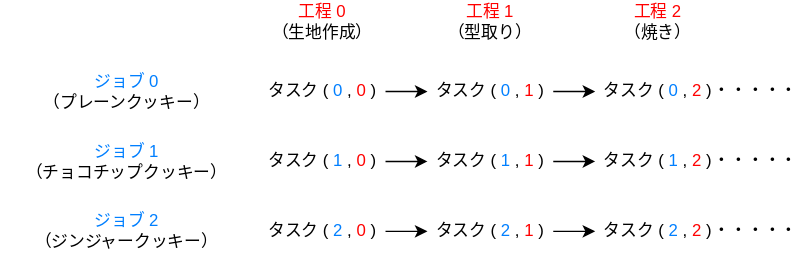
fixstars/amplify-se-examples keeps this draw.io diagram as notebooks/ja/tutorials/figures/job_table.drawio.svg. Above is the earlier version. Source tidied: cells renumbered, new cells last; positions are measured from the earlier drawing's top-left corner, leaving out a move shared by most shapes.
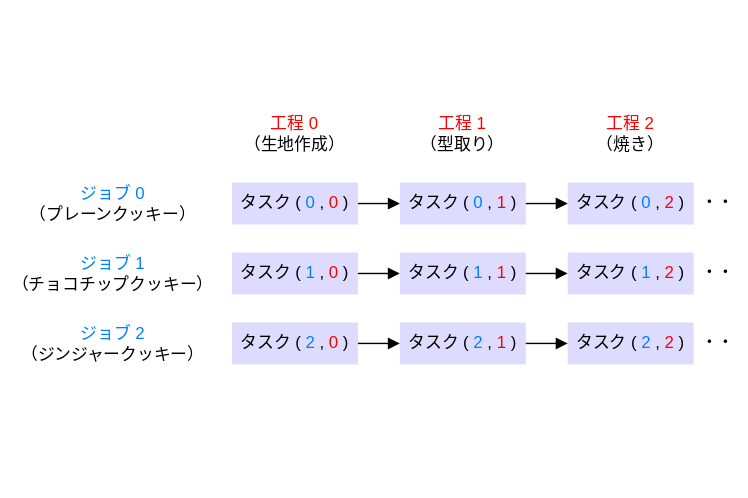
After the change.

What changed in the source:
```diff
@@ -2,6 +2,9 @@
   <root>
     <mxCell id="0" />
     <mxCell id="1" parent="0" />
+    <mxCell id="29" style="whiteSpace=wrap;html=1;strokeColor=none;" parent="1" vertex="1">
+      <mxGeometry x="20" y="-80" width="532.5" height="355" as="geometry" />
+    </mxCell>
     <mxCell id="2" value="&lt;font color=&quot;#ff0000&quot;&gt;工程 0&lt;/font&gt;&lt;br&gt;（生地作成）" style="text;html=1;strokeColor=none;fillColor=none;align=center;verticalAlign=middle;whiteSpace=wrap;rounded=0;" parent="1" vertex="1">
       <mxGeometry x="190" width="80" height="30" as="geometry" />
     </mxCell>
@@ -11,77 +14,68 @@
     <mxCell id="4" value="&lt;font color=&quot;#ff0000&quot;&gt;工程 2&lt;/font&gt;&lt;br&gt;（焼き）" style="text;html=1;strokeColor=none;fillColor=none;align=center;verticalAlign=middle;whiteSpace=wrap;rounded=0;" parent="1" vertex="1">
       <mxGeometry x="430" width="80" height="30" as="geometry" />
     </mxCell>
-    <mxCell id="5" style="group;" parent="1" vertex="1">
-      <mxGeometry y="150" width="515" height="30" as="geometry" />
-    </mxCell>
+    <mxCell id="26" value="・・" style="text;html=1;strokeColor=none;fillColor=none;align=center;verticalAlign=middle;whiteSpace=wrap;rounded=0;fontColor=default;" parent="1" vertex="1">
+      <mxGeometry x="515" y="50" width="35" height="30" as="geometry" />
+    </mxCell>
+    <mxCell id="27" value="・・" style="text;html=1;strokeColor=none;fillColor=none;align=center;verticalAlign=middle;whiteSpace=wrap;rounded=0;fontColor=default;" parent="1" vertex="1">
+      <mxGeometry x="515" y="100" width="35" height="30" as="geometry" />
+    </mxCell>
+    <mxCell id="28" value="・・" style="text;html=1;strokeColor=none;fillColor=none;align=center;verticalAlign=middle;whiteSpace=wrap;rounded=0;fontColor=default;" parent="1" vertex="1">
+      <mxGeometry x="515" y="150" width="35" height="30" as="geometry" />
+    </mxCell>
-    <mxCell id="6" value="&lt;font color=&quot;#007fff&quot;&gt;ジョブ 2&lt;/font&gt;&lt;br&gt;（ジンジャークッキー）" style="text;html=1;strokeColor=none;fillColor=none;align=center;verticalAlign=middle;whiteSpace=wrap;rounded=0;" parent="5" vertex="1">
-      <mxGeometry width="180" height="30" as="geometry" />
+    <mxCell id="6" value="&lt;font color=&quot;#007fff&quot;&gt;ジョブ 2&lt;/font&gt;&lt;br&gt;（ジンジャークッキー）" style="text;html=1;strokeColor=none;fillColor=none;align=center;verticalAlign=middle;whiteSpace=wrap;rounded=0;" parent="1" vertex="1">
+      <mxGeometry x="20" y="150" width="160" height="30" as="geometry" />
     </mxCell>
-    <mxCell id="7" value="タスク&amp;nbsp;(&lt;font color=&quot;#007fff&quot;&gt;2&lt;/font&gt;, &lt;font style=&quot;&quot; color=&quot;#ff0000&quot;&gt;0&lt;/font&gt;)" style="text;html=1;strokeColor=none;fillColor=none;align=center;verticalAlign=middle;whiteSpace=wrap;rounded=0;" parent="5" vertex="1">
-      <mxGeometry x="185" width="90" height="30" as="geometry" />
+    <mxCell id="7" value="タスク&amp;nbsp;(&lt;font color=&quot;#007fff&quot;&gt;2&lt;/font&gt;, &lt;font style=&quot;&quot; color=&quot;#ff0000&quot;&gt;0&lt;/font&gt;)" style="text;html=1;strokeColor=none;fillColor=#DDDCFF;align=center;verticalAlign=middle;whiteSpace=wrap;rounded=0;" parent="1" vertex="1">
+      <mxGeometry x="185" y="150" width="90" height="30" as="geometry" />
     </mxCell>
-    <mxCell id="8" value="タスク&amp;nbsp;(&lt;font style=&quot;&quot; color=&quot;#007fff&quot;&gt;2&lt;/font&gt;, &lt;font style=&quot;&quot; color=&quot;#ff0000&quot;&gt;1&lt;/font&gt;)" style="text;html=1;strokeColor=none;fillColor=none;align=center;verticalAlign=middle;whiteSpace=wrap;rounded=0;" parent="5" vertex="1">
-      <mxGeometry x="305" width="90" height="30" as="geometry" />
+    <mxCell id="8" value="タスク&amp;nbsp;(&lt;font style=&quot;&quot; color=&quot;#007fff&quot;&gt;2&lt;/font&gt;, &lt;font style=&quot;&quot; color=&quot;#ff0000&quot;&gt;1&lt;/font&gt;)" style="text;html=1;strokeColor=none;fillColor=#DDDCFF;align=center;verticalAlign=middle;whiteSpace=wrap;rounded=0;" parent="1" vertex="1">
+      <mxGeometry x="305" y="150" width="90" height="30" as="geometry" />
     </mxCell>
-    <mxCell id="9" style="edgeStyle=none;html=1;exitX=1;exitY=0.5;exitDx=0;exitDy=0;entryX=0;entryY=0.5;entryDx=0;entryDy=0;fontColor=#FF0000;" parent="5" edge="1" source="7" target="8">
+    <mxCell id="9" style="edgeStyle=none;html=1;exitX=1;exitY=0.5;exitDx=0;exitDy=0;entryX=0;entryY=0.5;entryDx=0;entryDy=0;fontColor=#FF0000;endArrow=block;endFill=1;" parent="1" edge="1" source="7" target="8">
       <mxGeometry relative="1" as="geometry" />
     </mxCell>
-    <mxCell id="10" value="タスク&amp;nbsp;(&lt;font color=&quot;#007fff&quot;&gt;2&lt;/font&gt;, &lt;font style=&quot;&quot; color=&quot;#ff0000&quot;&gt;2&lt;/font&gt;)" style="text;html=1;strokeColor=none;fillColor=none;align=center;verticalAlign=middle;whiteSpace=wrap;rounded=0;" parent="5" vertex="1">
-      <mxGeometry x="425" width="90" height="30" as="geometry" />
+    <mxCell id="10" value="タスク&amp;nbsp;(&lt;font color=&quot;#007fff&quot;&gt;2&lt;/font&gt;, &lt;font style=&quot;&quot; color=&quot;#ff0000&quot;&gt;2&lt;/font&gt;)" style="text;html=1;strokeColor=none;fillColor=#DDDCFF;align=center;verticalAlign=middle;whiteSpace=wrap;rounded=0;" parent="1" vertex="1">
+      <mxGeometry x="425" y="150" width="90" height="30" as="geometry" />
     </mxCell>
-    <mxCell id="11" style="edgeStyle=none;html=1;exitX=1;exitY=0.5;exitDx=0;exitDy=0;entryX=0;entryY=0.5;entryDx=0;entryDy=0;fontColor=#FF0000;" parent="5" edge="1" source="8" target="10">
+    <mxCell id="11" style="edgeStyle=none;html=1;exitX=1;exitY=0.5;exitDx=0;exitDy=0;entryX=0;entryY=0.5;entryDx=0;entryDy=0;fontColor=#FF0000;endArrow=block;endFill=1;" parent="1" edge="1" source="8" target="10">
       <mxGeometry relative="1" as="geometry" />
     </mxCell>
-    <mxCell id="12" style="group;" parent="1" vertex="1">
-      <mxGeometry y="50" width="515" height="30" as="geometry" />
-    </mxCell>
+    <mxCell id="20" value="&lt;font color=&quot;#007fff&quot;&gt;ジョブ 1&lt;/font&gt;&lt;br&gt;（チョコチップクッキー）" style="text;html=1;strokeColor=none;fillColor=none;align=center;verticalAlign=middle;whiteSpace=wrap;rounded=0;" parent="1" vertex="1">
+      <mxGeometry x="20" y="100" width="160" height="30" as="geometry" />
+    </mxCell>
+    <mxCell id="21" value="タスク (&lt;font style=&quot;&quot; color=&quot;#007fff&quot;&gt;1&lt;/font&gt;, &lt;font style=&quot;&quot; color=&quot;#ff0000&quot;&gt;0&lt;/font&gt;)" style="text;html=1;strokeColor=none;fillColor=#DDDCFF;align=center;verticalAlign=middle;whiteSpace=wrap;rounded=0;" parent="1" vertex="1">
+      <mxGeometry x="185" y="100" width="90" height="30" as="geometry" />
+    </mxCell>
+    <mxCell id="22" value="タスク&amp;nbsp;(&lt;font style=&quot;&quot; color=&quot;#007fff&quot;&gt;1&lt;/font&gt;, &lt;font style=&quot;&quot; color=&quot;#ff0000&quot;&gt;1&lt;/font&gt;)" style="text;html=1;strokeColor=none;fillColor=#DDDCFF;align=center;verticalAlign=middle;whiteSpace=wrap;rounded=0;" parent="1" vertex="1">
+      <mxGeometry x="305" y="100" width="90" height="30" as="geometry" />
+    </mxCell>
+    <mxCell id="23" style="edgeStyle=none;html=1;exitX=1;exitY=0.5;exitDx=0;exitDy=0;entryX=0;entryY=0.5;entryDx=0;entryDy=0;fontColor=#FF0000;endArrow=block;endFill=1;" parent="1" edge="1" source="21" target="22">
+      <mxGeometry relative="1" as="geometry" />
+    </mxCell>
+    <mxCell id="24" value="タスク&amp;nbsp;(&lt;font style=&quot;&quot; color=&quot;#007fff&quot;&gt;1&lt;/font&gt;, &lt;font style=&quot;&quot; color=&quot;#ff0000&quot;&gt;2&lt;/font&gt;)" style="text;html=1;strokeColor=none;fillColor=#DDDCFF;align=center;verticalAlign=middle;whiteSpace=wrap;rounded=0;" parent="1" vertex="1">
+      <mxGeometry x="425" y="100" width="90" height="30" as="geometry" />
+    </mxCell>
+    <mxCell id="25" style="edgeStyle=none;html=1;exitX=1;exitY=0.5;exitDx=0;exitDy=0;entryX=0;entryY=0.5;entryDx=0;entryDy=0;fontColor=#FF0000;endArrow=block;endFill=1;" parent="1" edge="1" source="22" target="24">
+      <mxGeometry relative="1" as="geometry" />
+    </mxCell>
-    <mxCell id="13" value="&lt;font color=&quot;#007fff&quot;&gt;ジョブ 0&lt;/font&gt;&lt;br&gt;（プレーンクッキー）" style="text;html=1;strokeColor=none;fillColor=none;align=center;verticalAlign=middle;whiteSpace=wrap;rounded=0;" parent="12" vertex="1">
-      <mxGeometry width="180" height="30" as="geometry" />
+    <mxCell id="13" value="&lt;font color=&quot;#007fff&quot;&gt;ジョブ 0&lt;/font&gt;&lt;br&gt;（プレーンクッキー）" style="text;html=1;strokeColor=none;fillColor=none;align=center;verticalAlign=middle;whiteSpace=wrap;rounded=0;" parent="1" vertex="1">
+      <mxGeometry x="20" y="50" width="160" height="30" as="geometry" />
     </mxCell>
-    <mxCell id="14" value="タスク (&lt;font style=&quot;&quot; color=&quot;#007fff&quot;&gt;0&lt;/font&gt;, &lt;font style=&quot;&quot; color=&quot;#ff0000&quot;&gt;0&lt;/font&gt;)" style="text;html=1;strokeColor=none;fillColor=none;align=center;verticalAlign=middle;whiteSpace=wrap;rounded=0;" parent="12" vertex="1">
-      <mxGeometry x="185" width="90" height="30" as="geometry" />
+    <mxCell id="14" value="タスク (&lt;font style=&quot;&quot; color=&quot;#007fff&quot;&gt;0&lt;/font&gt;, &lt;font style=&quot;&quot; color=&quot;#ff0000&quot;&gt;0&lt;/font&gt;)" style="text;html=1;strokeColor=none;fillColor=#DDDCFF;align=center;verticalAlign=middle;whiteSpace=wrap;rounded=0;" parent="1" vertex="1">
+      <mxGeometry x="185" y="50" width="90" height="30" as="geometry" />
     </mxCell>
-    <mxCell id="15" value="タスク&amp;nbsp;(&lt;font style=&quot;&quot; color=&quot;#007fff&quot;&gt;0&lt;/font&gt;, &lt;font style=&quot;&quot; color=&quot;#ff0000&quot;&gt;1&lt;/font&gt;)" style="text;html=1;strokeColor=none;fillColor=none;align=center;verticalAlign=middle;whiteSpace=wrap;rounded=0;" parent="12" vertex="1">
-      <mxGeometry x="305" width="90" height="30" as="geometry" />
+    <mxCell id="15" value="タスク&amp;nbsp;(&lt;font style=&quot;&quot; color=&quot;#007fff&quot;&gt;0&lt;/font&gt;, &lt;font style=&quot;&quot; color=&quot;#ff0000&quot;&gt;1&lt;/font&gt;)" style="text;html=1;strokeColor=none;fillColor=#DDDCFF;align=center;verticalAlign=middle;whiteSpace=wrap;rounded=0;" parent="1" vertex="1">
+      <mxGeometry x="305" y="50" width="90" height="30" as="geometry" />
     </mxCell>
-    <mxCell id="16" style="edgeStyle=none;html=1;exitX=1;exitY=0.5;exitDx=0;exitDy=0;entryX=0;entryY=0.5;entryDx=0;entryDy=0;fontColor=#FF0000;" parent="12" edge="1" source="14" target="15">
+    <mxCell id="16" style="edgeStyle=none;html=1;exitX=1;exitY=0.5;exitDx=0;exitDy=0;entryX=0;entryY=0.5;entryDx=0;entryDy=0;fontColor=#FF0000;endArrow=block;endFill=1;" parent="1" edge="1" source="14" target="15">
       <mxGeometry relative="1" as="geometry" />
     </mxCell>
-    <mxCell id="17" value="タスク&amp;nbsp;(&lt;font style=&quot;&quot; color=&quot;#007fff&quot;&gt;0&lt;/font&gt;, &lt;font style=&quot;&quot; color=&quot;#ff0000&quot;&gt;2&lt;/font&gt;)" style="text;html=1;strokeColor=none;fillColor=none;align=center;verticalAlign=middle;whiteSpace=wrap;rounded=0;" parent="12" vertex="1">
-      <mxGeometry x="425" width="90" height="30" as="geometry" />
+    <mxCell id="17" value="タスク&amp;nbsp;(&lt;font style=&quot;&quot; color=&quot;#007fff&quot;&gt;0&lt;/font&gt;, &lt;font style=&quot;&quot; color=&quot;#ff0000&quot;&gt;2&lt;/font&gt;)" style="text;html=1;strokeColor=none;fillColor=#DDDCFF;align=center;verticalAlign=middle;whiteSpace=wrap;rounded=0;" parent="1" vertex="1">
+      <mxGeometry x="425" y="50" width="90" height="30" as="geometry" />
     </mxCell>
-    <mxCell id="18" style="edgeStyle=none;html=1;exitX=1;exitY=0.5;exitDx=0;exitDy=0;entryX=0;entryY=0.5;entryDx=0;entryDy=0;fontColor=#FF0000;" parent="12" edge="1" source="15" target="17">
+    <mxCell id="18" style="edgeStyle=none;html=1;exitX=1;exitY=0.5;exitDx=0;exitDy=0;entryX=0;entryY=0.5;entryDx=0;entryDy=0;fontColor=#FF0000;endArrow=block;endFill=1;" parent="1" edge="1" source="15" target="17">
       <mxGeometry relative="1" as="geometry" />
     </mxCell>
-    <mxCell id="19" style="group;" parent="1" vertex="1">
-      <mxGeometry y="100" width="515" height="30" as="geometry" />
-    </mxCell>
-    <mxCell id="20" value="&lt;font color=&quot;#007fff&quot;&gt;ジョブ 1&lt;/font&gt;&lt;br&gt;（チョコチップクッキー）" style="text;html=1;strokeColor=none;fillColor=none;align=center;verticalAlign=middle;whiteSpace=wrap;rounded=0;" parent="19" vertex="1">
-      <mxGeometry width="180" height="30" as="geometry" />
-    </mxCell>
-    <mxCell id="21" value="タスク (&lt;font style=&quot;&quot; color=&quot;#007fff&quot;&gt;1&lt;/font&gt;, &lt;font style=&quot;&quot; color=&quot;#ff0000&quot;&gt;0&lt;/font&gt;)" style="text;html=1;strokeColor=none;fillColor=none;align=center;verticalAlign=middle;whiteSpace=wrap;rounded=0;" parent="19" vertex="1">
-      <mxGeometry x="185" width="90" height="30" as="geometry" />
-    </mxCell>
-    <mxCell id="22" value="タスク&amp;nbsp;(&lt;font style=&quot;&quot; color=&quot;#007fff&quot;&gt;1&lt;/font&gt;, &lt;font style=&quot;&quot; color=&quot;#ff0000&quot;&gt;1&lt;/font&gt;)" style="text;html=1;strokeColor=none;fillColor=none;align=center;verticalAlign=middle;whiteSpace=wrap;rounded=0;" parent="19" vertex="1">
-      <mxGeometry x="305" width="90" height="30" as="geometry" />
-    </mxCell>
-    <mxCell id="23" style="edgeStyle=none;html=1;exitX=1;exitY=0.5;exitDx=0;exitDy=0;entryX=0;entryY=0.5;entryDx=0;entryDy=0;fontColor=#FF0000;" parent="19" edge="1" source="21" target="22">
-      <mxGeometry relative="1" as="geometry" />
-    </mxCell>
-    <mxCell id="24" value="タスク&amp;nbsp;(&lt;font style=&quot;&quot; color=&quot;#007fff&quot;&gt;1&lt;/font&gt;, &lt;font style=&quot;&quot; color=&quot;#ff0000&quot;&gt;2&lt;/font&gt;)" style="text;html=1;strokeColor=none;fillColor=none;align=center;verticalAlign=middle;whiteSpace=wrap;rounded=0;" parent="19" vertex="1">
-      <mxGeometry x="425" width="90" height="30" as="geometry" />
-    </mxCell>
-    <mxCell id="25" style="edgeStyle=none;html=1;exitX=1;exitY=0.5;exitDx=0;exitDy=0;entryX=0;entryY=0.5;entryDx=0;entryDy=0;fontColor=#FF0000;" parent="19" edge="1" source="22" target="24">
-      <mxGeometry relative="1" as="geometry" />
-    </mxCell>
-    <mxCell id="26" value="・・・・・" style="text;html=1;strokeColor=none;fillColor=none;align=center;verticalAlign=middle;whiteSpace=wrap;rounded=0;fontColor=default;" parent="1" vertex="1">
-      <mxGeometry x="510" y="50" width="60" height="30" as="geometry" />
-    </mxCell>
-    <mxCell id="27" value="・・・・・" style="text;html=1;strokeColor=none;fillColor=none;align=center;verticalAlign=middle;whiteSpace=wrap;rounded=0;fontColor=default;" parent="1" vertex="1">
-      <mxGeometry x="510" y="100" width="60" height="30" as="geometry" />
-    </mxCell>
-    <mxCell id="28" value="・・・・・" style="text;html=1;strokeColor=none;fillColor=none;align=center;verticalAlign=middle;whiteSpace=wrap;rounded=0;fontColor=default;" parent="1" vertex="1">
-      <mxGeometry x="510" y="150" width="60" height="30" as="geometry" />
-    </mxCell>
   </root>
 </mxGraphModel>
```
